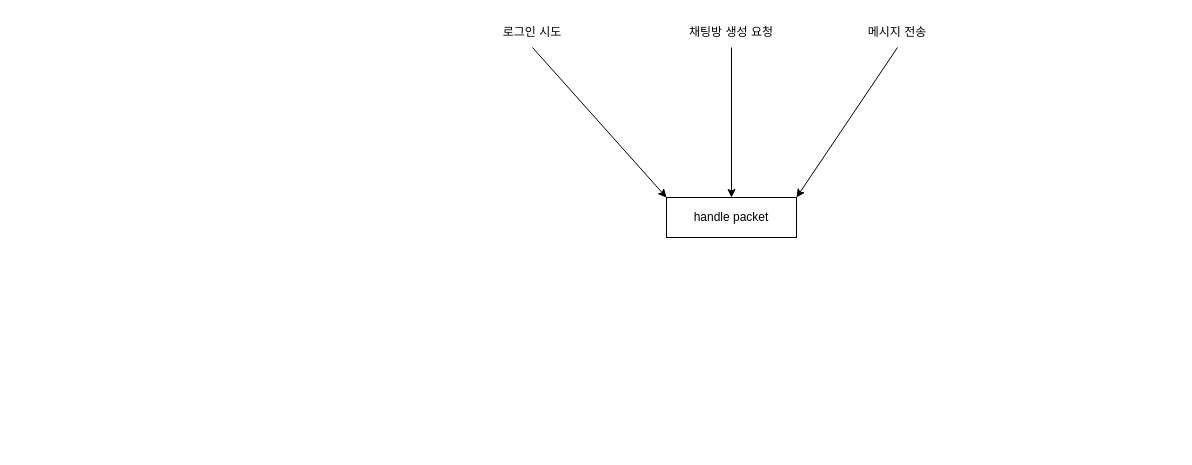
Before: 10.11 소켓서버 최종.drawio in jh051777/chat, a draw.io diagram. Source tidied: cells renumbered, new cells numbered last; positions are measured from the earlier drawing's top-left corner, leaving out a move shared by most shapes. Both pictures are drawn from the tidied source at 100%, with x=0, y=0 at pixel (487, 17).
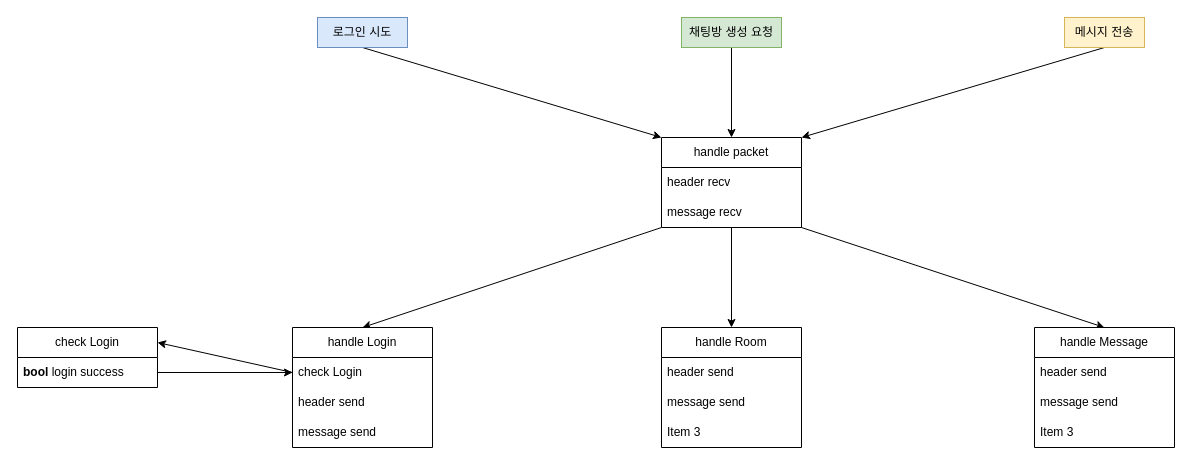
After the change.

Commit message (it also covers changes not shown here):
10.11 소켓서버 최종.drawio 업데이트

Change to the diagram source:
```diff
@@
-    <mxCell id="2" value="handle packet" style="rounded=0;whiteSpace=wrap;html=1;" parent="1" vertex="1">
-      <mxGeometry x="179" y="180" width="130" height="40" as="geometry" />
-    </mxCell>
@@
-    <mxCell id="4" value="로그인 시도" style="text;html=1;align=center;verticalAlign=middle;whiteSpace=wrap;rounded=0;" parent="1" vertex="1">
-      <mxGeometry width="90" height="30" as="geometry" />
+    <mxCell id="4" value="로그인 시도" style="text;html=1;align=center;verticalAlign=middle;whiteSpace=wrap;rounded=0;fillColor=#dae8fc;strokeColor=#6c8ebf;" parent="1" vertex="1">
+      <mxGeometry x="-170" width="90" height="30" as="geometry" />
     </mxCell>
@@
-    <mxCell id="6" value="채팅방 생성 요청" style="text;html=1;align=center;verticalAlign=middle;whiteSpace=wrap;rounded=0;" parent="1" vertex="1">
+    <mxCell id="6" value="채팅방 생성 요청" style="text;html=1;align=center;verticalAlign=middle;whiteSpace=wrap;rounded=0;fillColor=#d5e8d4;strokeColor=#82b366;" parent="1" vertex="1">
       <mxGeometry x="194" width="100" height="30" as="geometry" />
     </mxCell>
@@
-    <mxCell id="8" value="메시지 전송" style="text;html=1;align=center;verticalAlign=middle;whiteSpace=wrap;rounded=0;" parent="1" vertex="1">
-      <mxGeometry x="370" width="80" height="30" as="geometry" />
+    <mxCell id="8" value="메시지 전송" style="text;html=1;align=center;verticalAlign=middle;whiteSpace=wrap;rounded=0;fillColor=#fff2cc;strokeColor=#d6b656;" parent="1" vertex="1">
+      <mxGeometry x="577" width="80" height="30" as="geometry" />
     </mxCell>
+    <mxCell id="9" style="rounded=0;jettySize=auto;html=1;exitX=0;exitY=1;exitDx=0;exitDy=0;entryX=0.5;entryY=0;entryDx=0;entryDy=0;" parent="1" edge="1" source="2" target="22">
+      <mxGeometry relative="1" as="geometry" />
+    </mxCell>
+    <mxCell id="10" style="rounded=0;jettySize=auto;html=1;exitX=1;exitY=1;exitDx=0;exitDy=0;entryX=0.5;entryY=0;entryDx=0;entryDy=0;" parent="1" edge="1" source="2" target="18">
+      <mxGeometry relative="1" as="geometry" />
+    </mxCell>
+    <mxCell id="11" style="edgeStyle=orthogonalEdgeStyle;rounded=0;jettySize=auto;html=1;exitX=0.5;exitY=1;exitDx=0;exitDy=0;entryX=0.5;entryY=0;entryDx=0;entryDy=0;" parent="1" edge="1" source="2" target="14">
+      <mxGeometry relative="1" as="geometry" />
+    </mxCell>
+    <mxCell id="2" value="handle packet" style="swimlane;fontStyle=0;horizontal=1;startSize=30;whiteSpace=wrap;html=1;" parent="1" vertex="1">
+      <mxGeometry x="174" y="120" width="140" height="90" as="geometry" />
+    </mxCell>
+    <mxCell id="12" value="header recv" style="text;strokeColor=none;fillColor=none;align=left;verticalAlign=middle;spacingLeft=4;spacingRight=4;overflow=hidden;whiteSpace=wrap;html=1;" parent="2" vertex="1">
+      <mxGeometry y="30" width="140" height="30" as="geometry" />
+    </mxCell>
+    <mxCell id="13" value="message recv" style="text;strokeColor=none;fillColor=none;align=left;verticalAlign=middle;spacingLeft=4;spacingRight=4;overflow=hidden;whiteSpace=wrap;html=1;" parent="2" vertex="1">
+      <mxGeometry y="60" width="140" height="30" as="geometry" />
+    </mxCell>
+    <mxCell id="14" value="handle Room" style="swimlane;fontStyle=0;horizontal=1;startSize=30;whiteSpace=wrap;html=1;" parent="1" vertex="1">
+      <mxGeometry x="174" y="310" width="140" height="120" as="geometry" />
+    </mxCell>
+    <mxCell id="15" value="header send" style="text;strokeColor=none;fillColor=none;align=left;verticalAlign=middle;spacingLeft=4;spacingRight=4;overflow=hidden;whiteSpace=wrap;html=1;" parent="14" vertex="1">
+      <mxGeometry y="30" width="140" height="30" as="geometry" />
+    </mxCell>
+    <mxCell id="16" value="message send" style="text;strokeColor=none;fillColor=none;align=left;verticalAlign=middle;spacingLeft=4;spacingRight=4;overflow=hidden;whiteSpace=wrap;html=1;" parent="14" vertex="1">
+      <mxGeometry y="60" width="140" height="30" as="geometry" />
+    </mxCell>
+    <mxCell id="17" value="Item 3" style="text;strokeColor=none;fillColor=none;align=left;verticalAlign=middle;spacingLeft=4;spacingRight=4;overflow=hidden;whiteSpace=wrap;html=1;" parent="14" vertex="1">
+      <mxGeometry y="90" width="140" height="30" as="geometry" />
+    </mxCell>
+    <mxCell id="18" value="handle Message" style="swimlane;fontStyle=0;horizontal=1;startSize=30;whiteSpace=wrap;html=1;" parent="1" vertex="1">
+      <mxGeometry x="547" y="310" width="140" height="120" as="geometry" />
+    </mxCell>
+    <mxCell id="19" value="header send" style="text;strokeColor=none;fillColor=none;align=left;verticalAlign=middle;spacingLeft=4;spacingRight=4;overflow=hidden;whiteSpace=wrap;html=1;" parent="18" vertex="1">
+      <mxGeometry y="30" width="140" height="30" as="geometry" />
+    </mxCell>
+    <mxCell id="20" value="message send" style="text;strokeColor=none;fillColor=none;align=left;verticalAlign=middle;spacingLeft=4;spacingRight=4;overflow=hidden;whiteSpace=wrap;html=1;" parent="18" vertex="1">
+      <mxGeometry y="60" width="140" height="30" as="geometry" />
+    </mxCell>
+    <mxCell id="21" value="Item 3" style="text;strokeColor=none;fillColor=none;align=left;verticalAlign=middle;spacingLeft=4;spacingRight=4;overflow=hidden;whiteSpace=wrap;html=1;" parent="18" vertex="1">
+      <mxGeometry y="90" width="140" height="30" as="geometry" />
+    </mxCell>
+    <mxCell id="22" value="handle Login" style="swimlane;fontStyle=0;horizontal=1;startSize=30;whiteSpace=wrap;html=1;" parent="1" vertex="1">
+      <mxGeometry x="-195" y="310" width="140" height="120" as="geometry" />
+    </mxCell>
+    <mxCell id="23" value="check Login" style="text;strokeColor=none;fillColor=none;align=left;verticalAlign=middle;spacingLeft=4;spacingRight=4;overflow=hidden;points=[[0,0.5],[1,0.5]];portConstraint=eastwest;whiteSpace=wrap;html=1;" parent="22" vertex="1">
+      <mxGeometry y="30" width="140" height="30" as="geometry" />
+    </mxCell>
+    <mxCell id="24" value="header send" style="text;strokeColor=none;fillColor=none;align=left;verticalAlign=middle;spacingLeft=4;spacingRight=4;overflow=hidden;whiteSpace=wrap;html=1;" parent="22" vertex="1">
+      <mxGeometry y="60" width="140" height="30" as="geometry" />
+    </mxCell>
+    <mxCell id="25" value="message send" style="text;strokeColor=none;fillColor=none;align=left;verticalAlign=middle;spacingLeft=4;spacingRight=4;overflow=hidden;whiteSpace=wrap;html=1;" parent="22" vertex="1">
+      <mxGeometry y="90" width="140" height="30" as="geometry" />
+    </mxCell>
+    <mxCell id="26" value="check Login" style="swimlane;fontStyle=0;horizontal=1;startSize=30;whiteSpace=wrap;html=1;" parent="1" vertex="1">
+      <mxGeometry x="-470" y="310" width="140" height="60" as="geometry" />
+    </mxCell>
+    <mxCell id="27" value="&lt;b&gt;bool &lt;/b&gt;login success" style="text;strokeColor=none;fillColor=none;align=left;verticalAlign=middle;spacingLeft=4;spacingRight=4;overflow=hidden;points=[[0,0.5],[1,0.5]];portConstraint=eastwest;whiteSpace=wrap;html=1;" parent="26" vertex="1">
+      <mxGeometry y="30" width="140" height="30" as="geometry" />
+    </mxCell>
+    <mxCell id="28" style="edgeStyle=orthogonalEdgeStyle;rounded=0;jettySize=auto;html=1;exitX=1;exitY=0.5;exitDx=0;exitDy=0;entryX=0;entryY=0.5;entryDx=0;entryDy=0;" parent="1" edge="1" source="27" target="23">
+      <mxGeometry relative="1" as="geometry" />
+    </mxCell>
+    <mxCell id="29" style="rounded=0;jettySize=auto;html=1;exitX=0;exitY=0.5;exitDx=0;exitDy=0;entryX=1;entryY=0.25;entryDx=0;entryDy=0;" parent="1" edge="1" source="23" target="26">
+      <mxGeometry relative="1" as="geometry" />
+    </mxCell>
```
